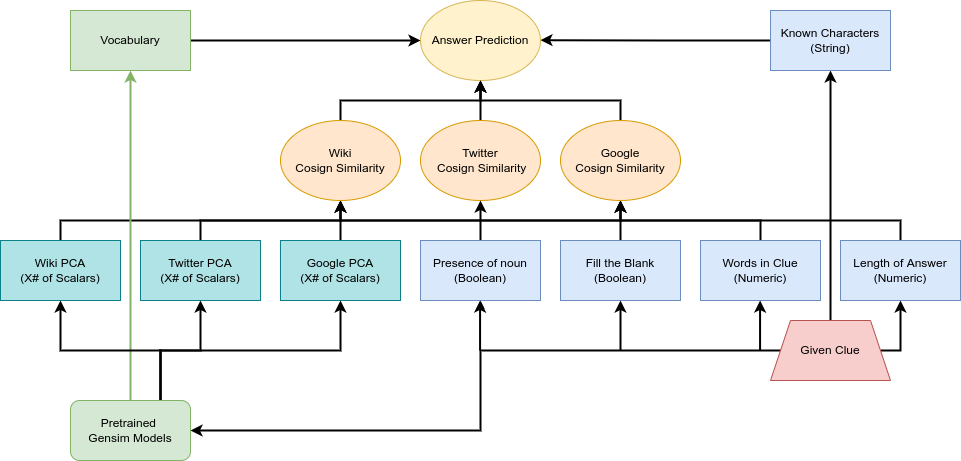
The draw.io diagram images/model_diagram.png in OwenBrush/crossword-solver, before a commit. Source tidied: cells renumbered, new cells last; positions are measured from the earlier drawing's top-left corner, leaving out a move shared by most shapes.
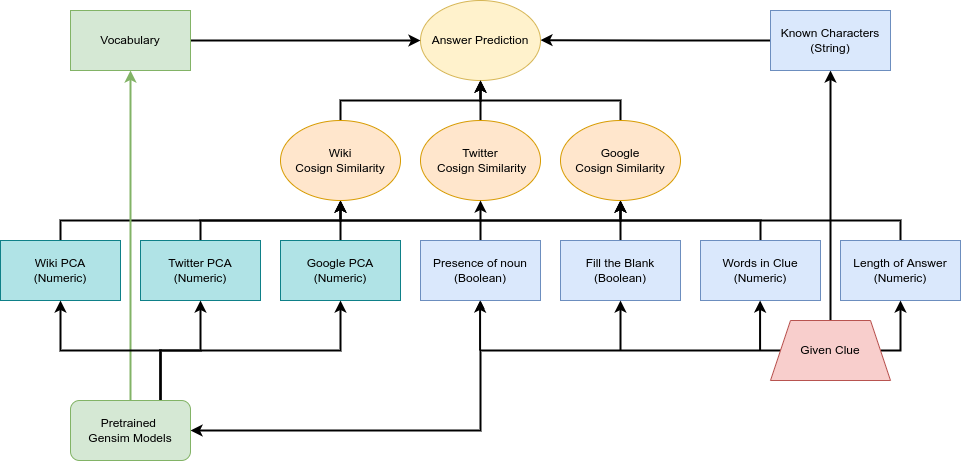
Above is the later version.

The edit, as a diff of the source:
```diff
@@ -27,13 +27,13 @@
     <mxCell id="8" style="edgeStyle=orthogonalEdgeStyle;rounded=0;jettySize=auto;html=1;exitX=0.5;exitY=0;exitDx=0;exitDy=0;entryX=0.5;entryY=1;entryDx=0;entryDy=0;endArrow=classic;endFill=1;strokeWidth=2;" parent="1" edge="1" source="9" target="19">
       <mxGeometry relative="1" as="geometry" />
     </mxCell>
-    <mxCell id="9" value="Google PCA&lt;br&gt;(X# of Scalars)" style="rounded=0;whiteSpace=wrap;html=1;fillColor=#b0e3e6;strokeColor=#0e8088;" parent="1" vertex="1">
+    <mxCell id="9" value="Google PCA&lt;br&gt;(Numeric)" style="rounded=0;whiteSpace=wrap;html=1;fillColor=#b0e3e6;strokeColor=#0e8088;" parent="1" vertex="1">
       <mxGeometry x="280" y="240" width="120" height="60" as="geometry" />
     </mxCell>
     <mxCell id="10" style="edgeStyle=orthogonalEdgeStyle;rounded=0;jettySize=auto;html=1;exitX=0.5;exitY=0;exitDx=0;exitDy=0;entryX=0.5;entryY=1;entryDx=0;entryDy=0;endArrow=classic;endFill=1;strokeWidth=2;" parent="1" edge="1" source="11" target="19">
       <mxGeometry relative="1" as="geometry" />
     </mxCell>
-    <mxCell id="11" value="Twitter PCA&lt;br&gt;(X# of Scalars)" style="rounded=0;whiteSpace=wrap;html=1;fillColor=#b0e3e6;strokeColor=#0e8088;" parent="1" vertex="1">
+    <mxCell id="11" value="Twitter PCA&lt;br&gt;(Numeric)" style="rounded=0;whiteSpace=wrap;html=1;fillColor=#b0e3e6;strokeColor=#0e8088;" parent="1" vertex="1">
       <mxGeometry x="140" y="240" width="120" height="60" as="geometry" />
     </mxCell>
     <mxCell id="12" style="edgeStyle=orthogonalEdgeStyle;rounded=0;jettySize=auto;html=1;entryX=0.5;entryY=1;entryDx=0;entryDy=0;endArrow=classic;endFill=1;strokeWidth=2;" parent="1" edge="1" source="13" target="21">
@@ -44,7 +44,7 @@
         </Array>
       </mxGeometry>
     </mxCell>
-    <mxCell id="13" value="Wiki PCA&lt;br&gt;(X# of Scalars)" style="rounded=0;whiteSpace=wrap;html=1;fillColor=#b0e3e6;strokeColor=#0e8088;" parent="1" vertex="1">
+    <mxCell id="13" value="Wiki PCA&lt;br&gt;(Numeric)" style="rounded=0;whiteSpace=wrap;html=1;fillColor=#b0e3e6;strokeColor=#0e8088;" parent="1" vertex="1">
       <mxGeometry y="240" width="120" height="60" as="geometry" />
     </mxCell>
     <mxCell id="14" style="edgeStyle=orthogonalEdgeStyle;rounded=0;jettySize=auto;html=1;exitX=0;exitY=0.5;exitDx=0;exitDy=0;endArrow=classic;endFill=1;strokeWidth=2;entryX=1;entryY=0.495;entryDx=0;entryDy=0;entryPerimeter=0;" parent="1" edge="1" target="15">
```
